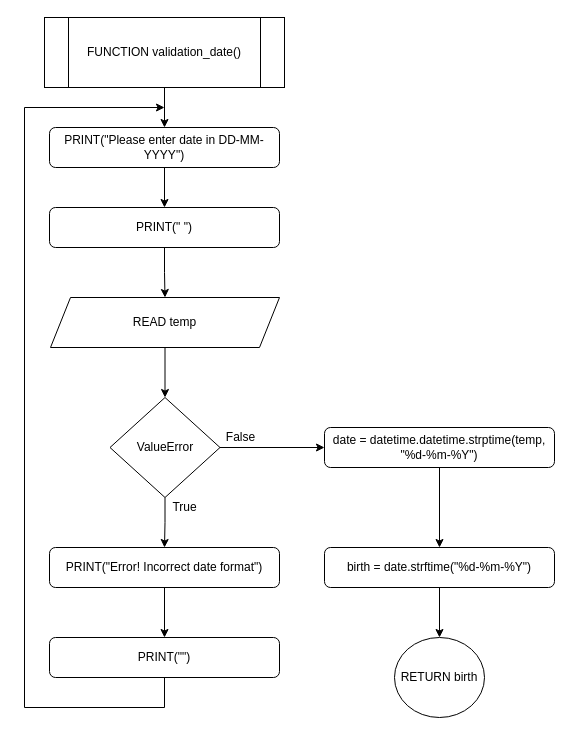
This is Flowchart/default/validation_date.drawio from RabbitBear00/Car-Rental-System, a draw.io file, before an edit. Source tidied: cells renumbered, new cells numbered last; positions are measured from the earlier drawing's top-left corner, leaving out a move shared by most shapes. Both pictures are drawn from the tidied source at 100%, with x=0, y=0 at pixel (24, 17).
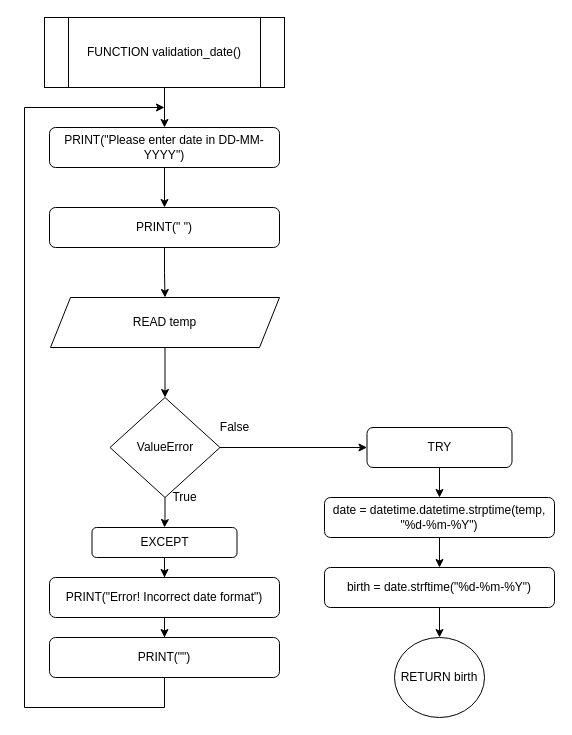
The same diagram, later.

Unchanged cells that the change refers to:
```xml
<mxCell id="12" value="ValueError" style="rhombus;whiteSpace=wrap;html=1;" parent="1" vertex="1">
  <mxGeometry x="85.5" y="380" width="110" height="100" as="geometry" />
</mxCell>
```

Diff of the diagram source:
```diff
@@
-    <mxCell id="10" style="edgeStyle=orthogonalEdgeStyle;rounded=0;jettySize=auto;html=1;" parent="1" edge="1" source="12" target="14">
-      <mxGeometry relative="1" as="geometry" />
-    </mxCell>
-    <mxCell id="11" style="edgeStyle=orthogonalEdgeStyle;rounded=0;jettySize=auto;html=1;entryX=0;entryY=0.5;entryDx=0;entryDy=0;" parent="1" edge="1" source="12" target="20">
-      <mxGeometry relative="1" as="geometry" />
-    </mxCell>
+    <mxCell id="24" style="edgeStyle=orthogonalEdgeStyle;rounded=0;jettySize=auto;html=1;entryX=0;entryY=0.5;entryDx=0;entryDy=0;" parent="1" edge="1" source="12" target="27">
+      <mxGeometry relative="1" as="geometry" />
+    </mxCell>
+    <mxCell id="25" style="edgeStyle=orthogonalEdgeStyle;rounded=0;jettySize=auto;html=1;" parent="1" edge="1" source="12" target="29">
+      <mxGeometry relative="1" as="geometry" />
+    </mxCell>
@@
     <mxCell id="14" value="PRINT(&quot;Error! Incorrect date format&quot;)" style="rounded=1;whiteSpace=wrap;html=1;" parent="1" vertex="1">
-      <mxGeometry x="25" y="530" width="230" height="40" as="geometry" />
+      <mxGeometry x="25" y="560" width="230" height="40" as="geometry" />
     </mxCell>
@@
     <mxCell id="17" value="True" style="text;html=1;align=center;verticalAlign=middle;strokeColor=none;" parent="1" vertex="1">
-      <mxGeometry x="140" y="480" width="40" height="20" as="geometry" />
+      <mxGeometry x="140" y="470" width="40" height="20" as="geometry" />
     </mxCell>
@@
     <mxCell id="20" value="date = datetime.datetime.strptime(temp, &quot;%d-%m-%Y&quot;)" style="rounded=1;whiteSpace=wrap;html=1;" parent="1" vertex="1">
-      <mxGeometry x="300" y="410" width="230" height="40" as="geometry" />
+      <mxGeometry x="300" y="480" width="230" height="40" as="geometry" />
     </mxCell>
@@
     <mxCell id="22" value="birth = date.strftime(&quot;%d-%m-%Y&quot;)" style="rounded=1;whiteSpace=wrap;html=1;" parent="1" vertex="1">
-      <mxGeometry x="300" y="530" width="230" height="40" as="geometry" />
+      <mxGeometry x="300" y="550" width="230" height="40" as="geometry" />
     </mxCell>
     <mxCell id="23" value="False" style="text;html=1;align=center;verticalAlign=middle;strokeColor=none;" parent="1" vertex="1">
-      <mxGeometry x="196" y="410" width="40" height="20" as="geometry" />
+      <mxGeometry x="190" y="400" width="40" height="20" as="geometry" />
     </mxCell>
+    <mxCell id="26" style="edgeStyle=orthogonalEdgeStyle;rounded=0;jettySize=auto;html=1;" parent="1" edge="1" source="27" target="20">
+      <mxGeometry relative="1" as="geometry" />
+    </mxCell>
+    <mxCell id="27" value="TRY" style="rounded=1;whiteSpace=wrap;html=1;" parent="1" vertex="1">
+      <mxGeometry x="342.5" y="410" width="145" height="40" as="geometry" />
+    </mxCell>
+    <mxCell id="28" style="edgeStyle=orthogonalEdgeStyle;rounded=0;jettySize=auto;html=1;entryX=0.5;entryY=0;entryDx=0;entryDy=0;" parent="1" edge="1" source="29" target="14">
+      <mxGeometry relative="1" as="geometry" />
+    </mxCell>
+    <mxCell id="29" value="EXCEPT" style="rounded=1;whiteSpace=wrap;html=1;" parent="1" vertex="1">
+      <mxGeometry x="67.5" y="510" width="145" height="30" as="geometry" />
+    </mxCell>
```
